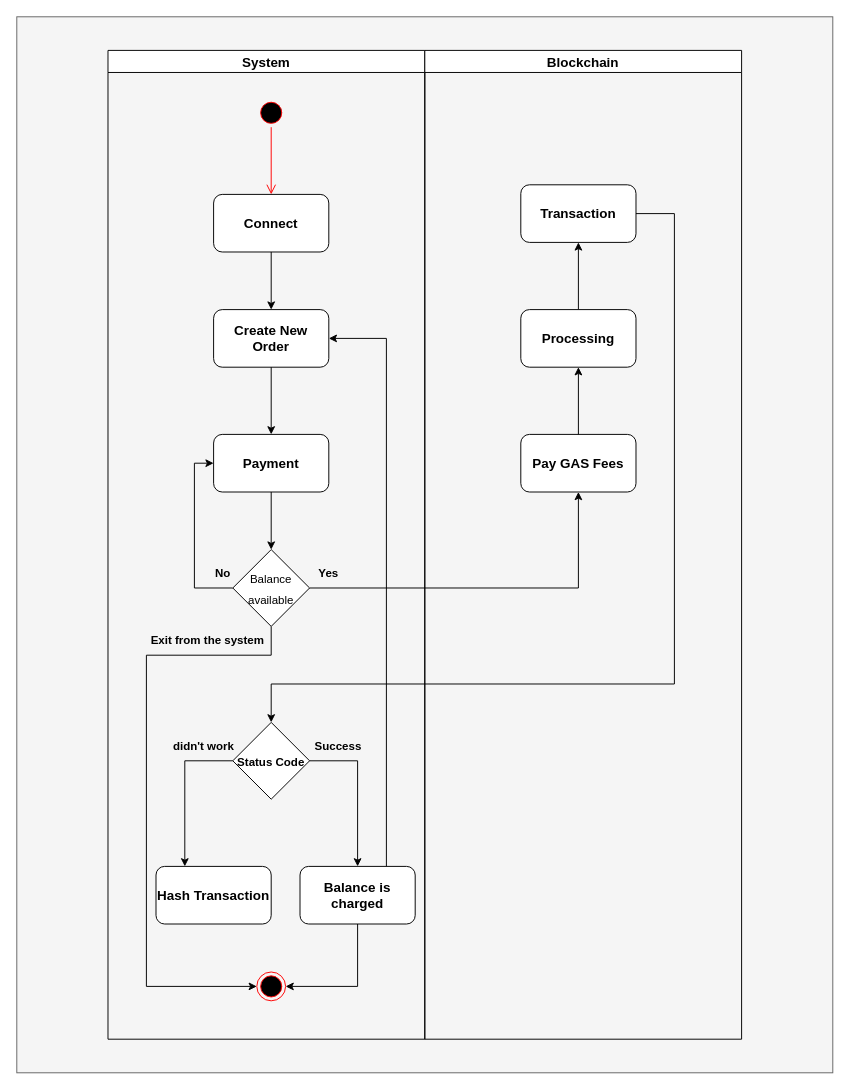
The draw.io diagram Source/Activity Diagram.drawio in xdayeh/Modeling-software-v2, before the edit. Source tidied: cells renumbered, new cells numbered last; positions are measured from the earlier drawing's top-left corner, leaving out a move shared by most shapes. Both pictures are drawn from the tidied source at 96%, with x=0, y=0 at pixel (16, 16).
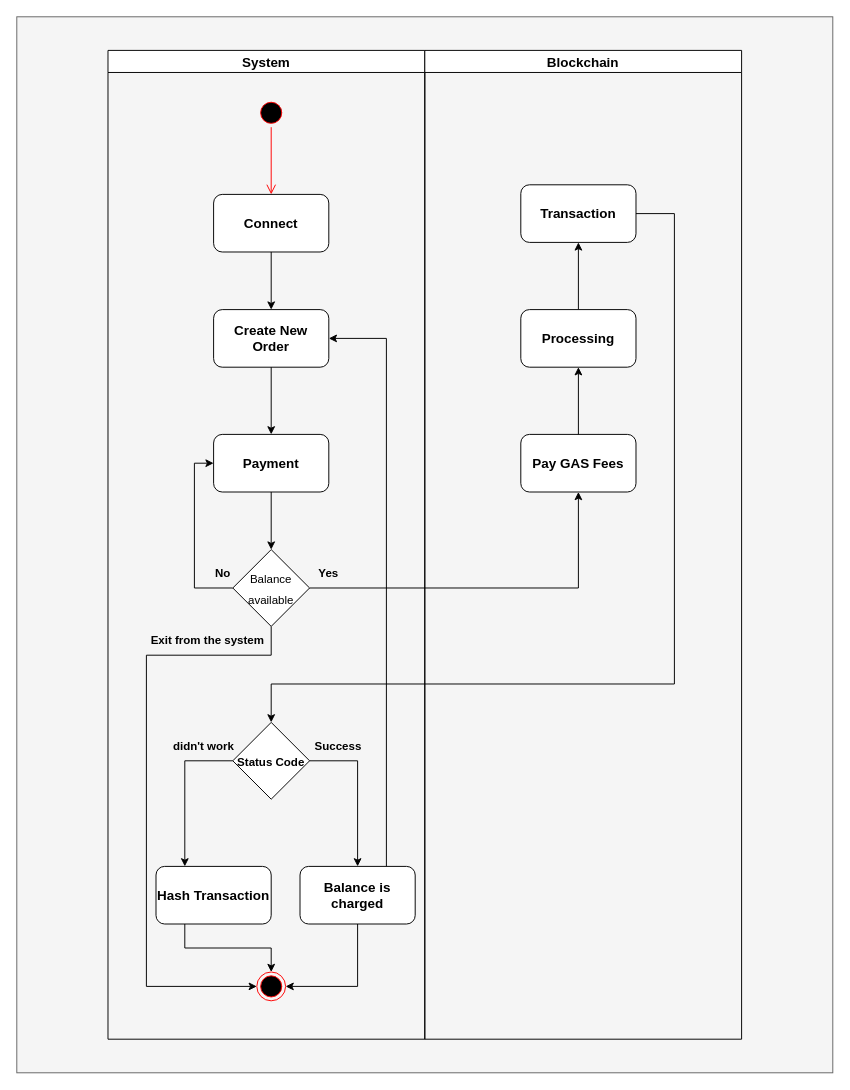
The same page after the edit.

Unchanged cells that the change refers to:
```xml
<mxCell id="4" value="System" style="swimlane;fontSize=14;" parent="1" vertex="1">
  <mxGeometry x="95" y="35" width="330" height="1030" as="geometry" />
</mxCell>
<mxCell id="17" style="ellipse;html=1;shape=endState;fillColor=#000000;strokeColor=#ff0000;" parent="4" vertex="1">
  <mxGeometry x="155" y="960" width="30" height="30" as="geometry" />
</mxCell>
<mxCell id="25" value="&lt;span style=&quot;font-size: 14px&quot;&gt;&lt;b&gt;Hash Transaction&lt;/b&gt;&lt;/span&gt;" style="rounded=1;whiteSpace=wrap;html=1;" parent="4" vertex="1">
  <mxGeometry x="50" y="850" width="120" height="60" as="geometry" />
</mxCell>
```

What changed in the source:
```diff
@@
+    <mxCell id="36" style="edgeStyle=orthogonalEdgeStyle;rounded=0;jettySize=auto;html=1;exitX=0.25;exitY=1;exitDx=0;exitDy=0;entryX=0.5;entryY=0;entryDx=0;entryDy=0;fontSize=14;" parent="4" edge="1" source="25" target="17">
+      <mxGeometry relative="1" as="geometry" />
+    </mxCell>
```
